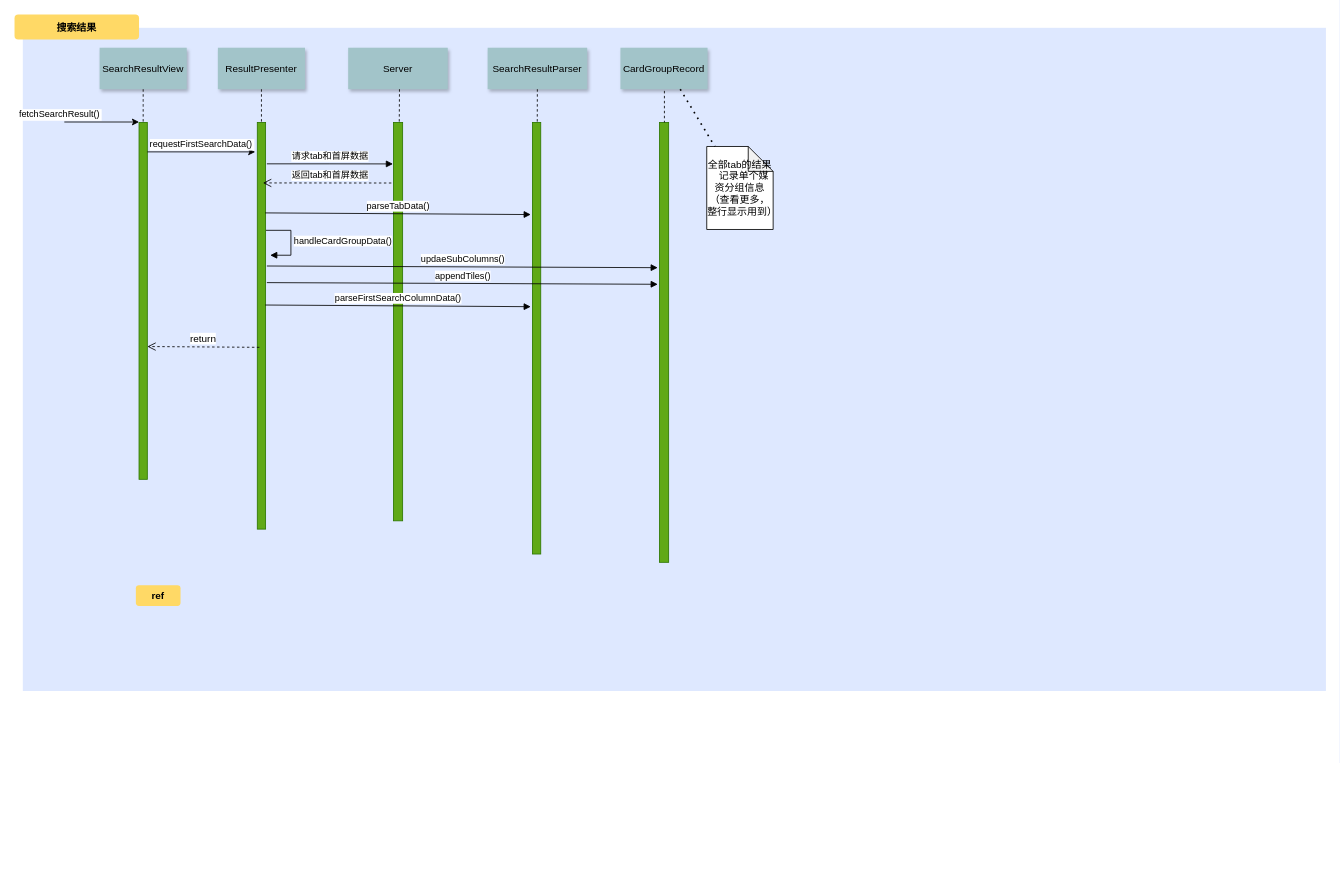
The draw.io diagram search_result_sequence.drawio in jasonjiang1018/draw.io-UML, before the edit. Source tidied: cells renumbered, new cells numbered last; positions are measured from the earlier drawing's top-left corner, leaving out a move shared by most shapes. Both pictures are drawn from the tidied source at 83%, with x=0, y=0 at pixel (14, 14).
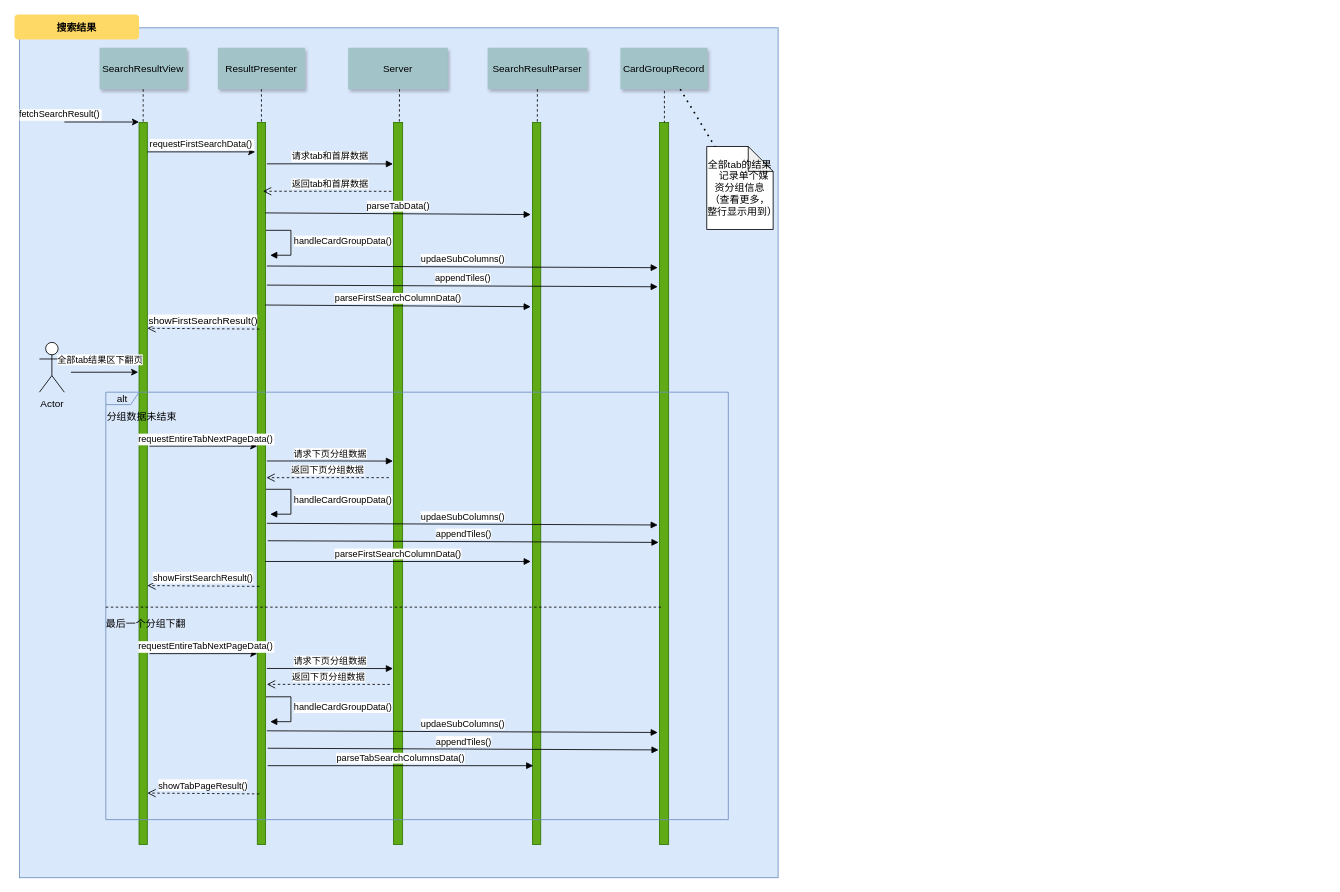
The same page after the edit.

What changed in the source:
```diff
@@
-    <mxCell id="2" style="fillColor=#DEE8FF;strokeColor=none;" parent="1" vertex="1">
-      <mxGeometry x="10" y="16" width="1570" height="799" as="geometry" />
+    <mxCell id="2" style="fillColor=#dae8fc;strokeColor=#6c8ebf;" parent="1" vertex="1">
+      <mxGeometry x="6" y="16" width="914" height="1024" as="geometry" />
     </mxCell>
     <mxCell id="3" style="fillColor=#60a917;strokeColor=#2D7600;fontColor=#ffffff;" parent="1" vertex="1">
-      <mxGeometry x="150" y="130" width="10" height="430" as="geometry" />
+      <mxGeometry x="150" y="130" width="10" height="870" as="geometry" />
     </mxCell>
@@
     <mxCell id="6" style="fillColor=#60a917;strokeColor=#2D7600;fontColor=#ffffff;" parent="1" vertex="1">
-      <mxGeometry x="292.5" y="130" width="10" height="490" as="geometry" />
+      <mxGeometry x="292.5" y="130" width="10" height="870" as="geometry" />
     </mxCell>
@@
     <mxCell id="11" style="fillColor=#60a917;strokeColor=#2D7600;fontColor=#ffffff;" parent="1" vertex="1">
-      <mxGeometry x="624" y="130" width="10" height="520" as="geometry" />
+      <mxGeometry x="624" y="130" width="10" height="870" as="geometry" />
     </mxCell>
@@
-    <mxCell id="16" value="ref" style="rounded=1;fontStyle=1;fillColor=#FFD966;strokeColor=none;" parent="1" vertex="1">
-      <mxGeometry x="146.2" y="687.6" width="53.8" height="25" as="geometry" />
-    </mxCell>
@@
     <mxCell id="18" style="fillColor=#60a917;strokeColor=#2D7600;fontColor=#ffffff;" parent="1" vertex="1">
-      <mxGeometry x="777" y="130" width="11.1" height="530" as="geometry" />
+      <mxGeometry x="777" y="130" width="11.1" height="870" as="geometry" />
     </mxCell>
@@
     <mxCell id="21" value="返回tab和首屏数据" style="html=1;verticalAlign=bottom;endArrow=open;dashed=1;endSize=8;curved=0;rounded=0;" parent="1" edge="1">
       <mxGeometry relative="1" as="geometry">
-        <mxPoint x="460" y="203" as="sourcePoint" />
-        <mxPoint x="299.3" y="202.9" as="targetPoint" />
+        <mxPoint x="460" y="213" as="sourcePoint" />
+        <mxPoint x="299.3" y="212.9" as="targetPoint" />
       </mxGeometry>
     </mxCell>
@@
     <mxCell id="23" style="fillColor=#60a917;strokeColor=#2D7600;fontColor=#ffffff;" parent="1" vertex="1">
-      <mxGeometry x="456.5" y="130" width="11.1" height="480" as="geometry" />
+      <mxGeometry x="456.5" y="130" width="11.1" height="870" as="geometry" />
     </mxCell>
@@
     <mxCell id="28" value="appendTiles()" style="html=1;verticalAlign=bottom;endArrow=block;curved=0;rounded=0;entryX=0;entryY=0.5;entryDx=0;entryDy=0;exitX=1.35;exitY=0.721;exitDx=0;exitDy=0;exitPerimeter=0;" parent="1" edge="1">
       <mxGeometry relative="1" as="geometry">
-        <mxPoint x="304" y="323" as="sourcePoint" />
-        <mxPoint x="775" y="325" as="targetPoint" />
+        <mxPoint x="304" y="326" as="sourcePoint" />
+        <mxPoint x="775" y="328" as="targetPoint" />
       </mxGeometry>
     </mxCell>
@@
-    <mxCell id="32" value="return" style="html=1;verticalAlign=bottom;endArrow=open;dashed=1;endSize=8;curved=0;rounded=0;strokeColor=default;align=center;fontFamily=Helvetica;fontSize=12;fontColor=default;labelBackgroundColor=default;exitX=0.25;exitY=0.553;exitDx=0;exitDy=0;exitPerimeter=0;" parent="1" edge="1" source="6">
+    <mxCell id="32" value="showFirstSearchResult()" style="html=1;verticalAlign=bottom;endArrow=open;dashed=1;endSize=8;curved=0;rounded=0;strokeColor=default;align=center;fontFamily=Helvetica;fontSize=12;fontColor=default;labelBackgroundColor=default;exitX=0.25;exitY=0.553;exitDx=0;exitDy=0;exitPerimeter=0;" parent="1" edge="1">
       <mxGeometry relative="1" as="geometry">
-        <mxPoint x="160" y="400" as="targetPoint" />
+        <mxPoint x="295" y="379" as="sourcePoint" />
+        <mxPoint x="160" y="378" as="targetPoint" />
       </mxGeometry>
     </mxCell>
+    <mxCell id="33" value="Actor" style="shape=umlActor;verticalLabelPosition=bottom;verticalAlign=top;html=1;" parent="1" vertex="1">
+      <mxGeometry x="30" y="395" width="30" height="60" as="geometry" />
+    </mxCell>
+    <mxCell id="34" style="endArrow=classic;html=1;rounded=0;entryX=0.1;entryY=0.679;entryDx=0;entryDy=0;entryPerimeter=0;" parent="1" edge="1">
+      <mxGeometry relative="1" as="geometry">
+        <mxPoint x="68" y="431" as="sourcePoint" />
+        <mxPoint x="149" y="430.9" as="targetPoint" />
+      </mxGeometry>
+    </mxCell>
+    <mxCell id="35" value="全部tab结果区下翻页" style="edgeLabel;html=1;align=center;verticalAlign=middle;" parent="34" vertex="1">
+      <mxGeometry x="0.01" relative="1" as="geometry">
+        <mxPoint x="-6" y="-15" as="offset" />
+      </mxGeometry>
+    </mxCell>
+    <mxCell id="36" value="requestEntireTabNextPageData()" style="edgeStyle=none;verticalLabelPosition=top;verticalAlign=bottom;" parent="1" edge="1">
+      <mxGeometry as="geometry">
+        <mxPoint x="162.5" y="520" as="sourcePoint" />
+        <mxPoint x="292.5" y="520" as="targetPoint" />
+        <mxPoint x="3" as="offset" />
+      </mxGeometry>
+    </mxCell>
+    <mxCell id="37" value="alt" style="shape=umlFrame;whiteSpace=wrap;html=1;fillColor=#DAE8FC;strokeColor=#6c8ebf;width=40;height=15;" parent="1" vertex="1">
+      <mxGeometry x="110" y="455" width="750" height="515" as="geometry" />
+    </mxCell>
+    <mxCell id="38" value="请求下页分组数据" style="html=1;verticalAlign=bottom;endArrow=block;rounded=0;exitX=1.35;exitY=0.123;exitDx=0;exitDy=0;exitPerimeter=0;edgeStyle=elbowEdgeStyle;" parent="1" edge="1">
+      <mxGeometry relative="1" as="geometry">
+        <mxPoint x="304" y="537.9" as="sourcePoint" />
+        <mxPoint x="456" y="538" as="targetPoint" />
+      </mxGeometry>
+    </mxCell>
+    <mxCell id="39" value="返回下页分组数据" style="html=1;verticalAlign=bottom;endArrow=open;dashed=1;endSize=8;curved=0;rounded=0;" parent="1" edge="1">
+      <mxGeometry relative="1" as="geometry">
+        <mxPoint x="451" y="558" as="sourcePoint" />
+        <mxPoint x="303.5" y="558" as="targetPoint" />
+      </mxGeometry>
+    </mxCell>
+    <mxCell id="40" value="&lt;font style=&quot;font-size: 11px;&quot;&gt;showFirstSearchResult()&lt;/font&gt;" style="html=1;verticalAlign=bottom;endArrow=open;dashed=1;endSize=8;curved=0;rounded=0;strokeColor=default;align=center;fontFamily=Helvetica;fontSize=12;fontColor=default;labelBackgroundColor=default;exitX=0.25;exitY=0.553;exitDx=0;exitDy=0;exitPerimeter=0;" parent="1" edge="1">
+      <mxGeometry relative="1" as="geometry">
+        <mxPoint x="295" y="689" as="sourcePoint" />
+        <mxPoint x="160" y="688" as="targetPoint" />
+      </mxGeometry>
+    </mxCell>
+    <mxCell id="41" value="handleCardGroupData()" style="html=1;align=left;spacingLeft=2;endArrow=block;rounded=0;edgeStyle=orthogonalEdgeStyle;curved=0;rounded=0;" parent="1" edge="1">
+      <mxGeometry relative="1" as="geometry">
+        <mxPoint x="303" y="572" as="sourcePoint" />
+        <mxPoint x="308" y="602" as="targetPoint" />
+        <Array as="points">
+          <mxPoint x="333" y="602" />
+        </Array>
+      </mxGeometry>
+    </mxCell>
+    <mxCell id="42" value="updaeSubColumns()" style="html=1;verticalAlign=bottom;endArrow=block;curved=0;rounded=0;entryX=0;entryY=0.5;entryDx=0;entryDy=0;exitX=1.35;exitY=0.721;exitDx=0;exitDy=0;exitPerimeter=0;" parent="1" edge="1">
+      <mxGeometry relative="1" as="geometry">
+        <mxPoint x="304" y="613" as="sourcePoint" />
+        <mxPoint x="775" y="615" as="targetPoint" />
+      </mxGeometry>
+    </mxCell>
+    <mxCell id="43" value="appendTiles()" style="html=1;verticalAlign=bottom;endArrow=block;curved=0;rounded=0;entryX=0;entryY=0.5;entryDx=0;entryDy=0;exitX=1.35;exitY=0.721;exitDx=0;exitDy=0;exitPerimeter=0;" parent="1" edge="1">
+      <mxGeometry relative="1" as="geometry">
+        <mxPoint x="305" y="634" as="sourcePoint" />
+        <mxPoint x="776" y="636" as="targetPoint" />
+      </mxGeometry>
+    </mxCell>
+    <mxCell id="44" value="parseFirstSearchColumnData()" style="html=1;verticalAlign=bottom;endArrow=block;curved=0;rounded=0;entryX=-0.5;entryY=0.586;entryDx=0;entryDy=0;entryPerimeter=0;exitX=0.85;exitY=0.454;exitDx=0;exitDy=0;exitPerimeter=0;" parent="1" edge="1">
+      <mxGeometry relative="1" as="geometry">
+        <mxPoint x="302" y="659" as="sourcePoint" />
+        <mxPoint x="622" y="659" as="targetPoint" />
+      </mxGeometry>
+    </mxCell>
+    <mxCell id="45" value="分组数据未结束" style="text;html=1;align=center;verticalAlign=middle;strokeColor=none;fillColor=none;" parent="1" vertex="1">
+      <mxGeometry x="97.5" y="470" width="110" height="30" as="geometry" />
+    </mxCell>
+    <mxCell id="46" style="line;strokeWidth=1;fillColor=none;align=left;verticalAlign=middle;spacingTop=-1;spacingLeft=3;spacingRight=3;labelPosition=right;strokeColor=inherit;dashed=1;" parent="1" vertex="1">
+      <mxGeometry x="110" y="710" width="670" height="8" as="geometry" />
+    </mxCell>
+    <mxCell id="47" value="最后一个分组下翻" style="text;html=1;align=center;verticalAlign=middle;strokeColor=none;fillColor=none;" parent="1" vertex="1">
+      <mxGeometry x="97.5" y="720" width="120" height="30" as="geometry" />
+    </mxCell>
+    <mxCell id="48" value="requestEntireTabNextPageData()" style="edgeStyle=none;verticalLabelPosition=top;verticalAlign=bottom;" parent="1" edge="1">
+      <mxGeometry as="geometry">
+        <mxPoint x="162.5" y="770" as="sourcePoint" />
+        <mxPoint x="292.5" y="770" as="targetPoint" />
+        <mxPoint x="3" as="offset" />
+      </mxGeometry>
+    </mxCell>
+    <mxCell id="49" value="请求下页分组数据" style="html=1;verticalAlign=bottom;endArrow=block;rounded=0;exitX=1.35;exitY=0.123;exitDx=0;exitDy=0;exitPerimeter=0;edgeStyle=elbowEdgeStyle;" parent="1" edge="1">
+      <mxGeometry relative="1" as="geometry">
+        <mxPoint x="304" y="787.9" as="sourcePoint" />
+        <mxPoint x="456" y="788" as="targetPoint" />
+      </mxGeometry>
+    </mxCell>
+    <mxCell id="50" value="返回下页分组数据" style="html=1;verticalAlign=bottom;endArrow=open;dashed=1;endSize=8;curved=0;rounded=0;" parent="1" edge="1">
+      <mxGeometry relative="1" as="geometry">
+        <mxPoint x="452.2" y="807.1" as="sourcePoint" />
+        <mxPoint x="304" y="807" as="targetPoint" />
+      </mxGeometry>
+    </mxCell>
+    <mxCell id="51" value="handleCardGroupData()" style="html=1;align=left;spacingLeft=2;endArrow=block;rounded=0;edgeStyle=orthogonalEdgeStyle;curved=0;rounded=0;" parent="1" edge="1">
+      <mxGeometry relative="1" as="geometry">
+        <mxPoint x="303" y="822" as="sourcePoint" />
+        <mxPoint x="308" y="852" as="targetPoint" />
+        <Array as="points">
+          <mxPoint x="333" y="852" />
+        </Array>
+      </mxGeometry>
+    </mxCell>
+    <mxCell id="52" value="updaeSubColumns()" style="html=1;verticalAlign=bottom;endArrow=block;curved=0;rounded=0;entryX=0;entryY=0.5;entryDx=0;entryDy=0;exitX=1.35;exitY=0.721;exitDx=0;exitDy=0;exitPerimeter=0;" parent="1" edge="1">
+      <mxGeometry relative="1" as="geometry">
+        <mxPoint x="304" y="863" as="sourcePoint" />
+        <mxPoint x="775" y="865" as="targetPoint" />
+      </mxGeometry>
+    </mxCell>
+    <mxCell id="53" value="appendTiles()" style="html=1;verticalAlign=bottom;endArrow=block;curved=0;rounded=0;entryX=0;entryY=0.5;entryDx=0;entryDy=0;exitX=1.35;exitY=0.721;exitDx=0;exitDy=0;exitPerimeter=0;" parent="1" edge="1">
+      <mxGeometry relative="1" as="geometry">
+        <mxPoint x="305" y="884" as="sourcePoint" />
+        <mxPoint x="776" y="886" as="targetPoint" />
+      </mxGeometry>
+    </mxCell>
+    <mxCell id="54" value="parseTabSearchColumnsData()" style="html=1;verticalAlign=bottom;endArrow=block;curved=0;rounded=0;entryX=-0.5;entryY=0.586;entryDx=0;entryDy=0;entryPerimeter=0;exitX=0.85;exitY=0.454;exitDx=0;exitDy=0;exitPerimeter=0;" parent="1" edge="1">
+      <mxGeometry relative="1" as="geometry">
+        <mxPoint x="305" y="905" as="sourcePoint" />
+        <mxPoint x="625" y="905" as="targetPoint" />
+      </mxGeometry>
+    </mxCell>
+    <mxCell id="55" value="&lt;font style=&quot;font-size: 11px;&quot;&gt;showTabPageResult()&lt;/font&gt;" style="html=1;verticalAlign=bottom;endArrow=open;dashed=1;endSize=8;curved=0;rounded=0;strokeColor=default;align=center;fontFamily=Helvetica;fontSize=12;fontColor=default;labelBackgroundColor=default;exitX=0.25;exitY=0.553;exitDx=0;exitDy=0;exitPerimeter=0;" parent="1" edge="1">
+      <mxGeometry relative="1" as="geometry">
+        <mxPoint x="295" y="939" as="sourcePoint" />
+        <mxPoint x="160" y="938" as="targetPoint" />
+      </mxGeometry>
+    </mxCell>
```
